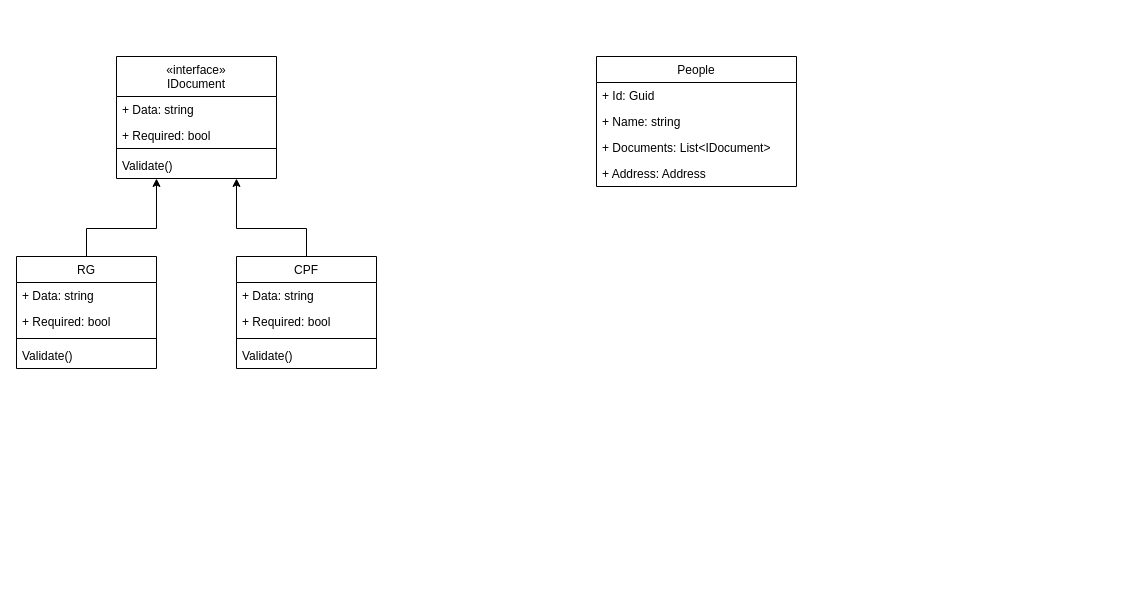
Before: UML do Sistema.drawio in jfelipes/sistema_aleitamento_materno, a draw.io diagram. Source tidied: cells renumbered, new cells numbered last; positions are measured from the earlier drawing's top-left corner, leaving out a move shared by most shapes. Both pictures are drawn from the tidied source at 100%, with x=0, y=0 at pixel (16, 56).
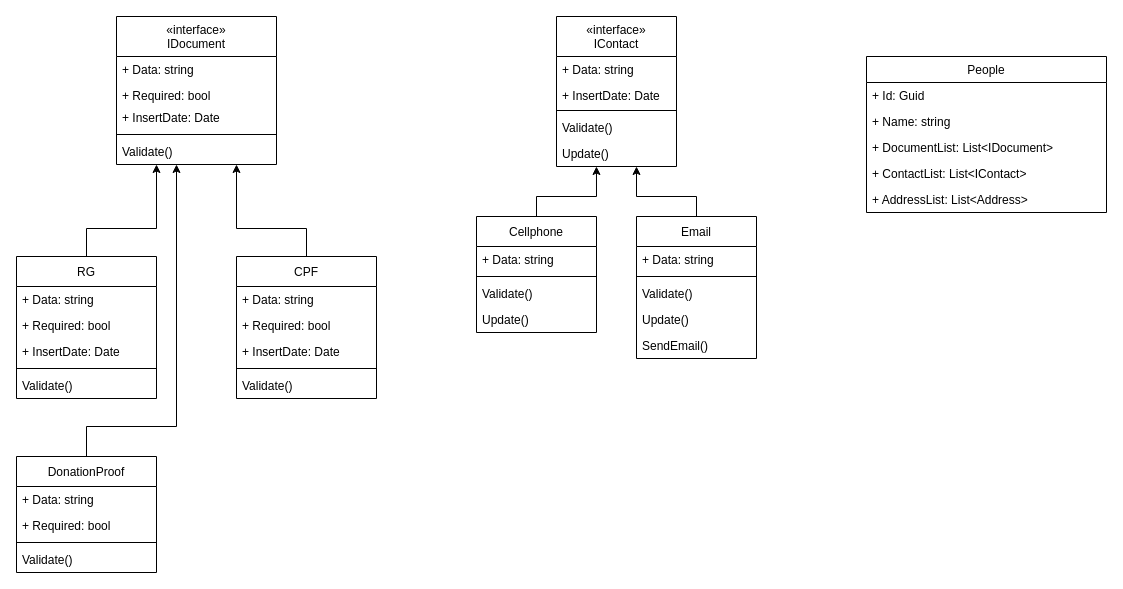
Above is the later version.

Change to the diagram source:
```diff
@@
-    <mxCell id="2" value="People" style="swimlane;fontStyle=0;horizontal=1;startSize=26;fillColor=none;" parent="1" vertex="1">
-      <mxGeometry x="580" width="200" height="130" as="geometry" />
-    </mxCell>
-    <mxCell id="3" value="+ Id: Guid" style="text;strokeColor=none;fillColor=none;align=left;verticalAlign=top;spacingLeft=4;spacingRight=4;overflow=hidden;" parent="2" vertex="1">
-      <mxGeometry y="26" width="200" height="26" as="geometry" />
-    </mxCell>
-    <mxCell id="4" value="+ Name: string" style="text;strokeColor=none;fillColor=none;align=left;verticalAlign=top;spacingLeft=4;spacingRight=4;overflow=hidden;" parent="2" vertex="1">
-      <mxGeometry y="52" width="200" height="26" as="geometry" />
-    </mxCell>
-    <mxCell id="5" value="+ Documents: List&lt;IDocument&gt;" style="text;strokeColor=none;fillColor=none;align=left;verticalAlign=top;spacingLeft=4;spacingRight=4;overflow=hidden;" parent="2" vertex="1">
-      <mxGeometry y="78" width="200" height="26" as="geometry" />
-    </mxCell>
-    <mxCell id="6" value="+ Address: Address" style="text;strokeColor=none;fillColor=none;align=left;verticalAlign=top;spacingLeft=4;spacingRight=4;overflow=hidden;" parent="2" vertex="1">
-      <mxGeometry y="104" width="200" height="26" as="geometry" />
-    </mxCell>
     <mxCell id="7" value="«interface»&#10;IDocument" style="swimlane;fontStyle=0;horizontal=1;startSize=40;fillColor=none;" parent="1" vertex="1">
-      <mxGeometry x="100" width="160" height="122" as="geometry" />
+      <mxGeometry x="100" y="-40" width="160" height="148" as="geometry" />
     </mxCell>
@@
+    <mxCell id="24" value="+ InsertDate: Date" style="text;strokeColor=none;fillColor=none;align=left;verticalAlign=top;spacingLeft=4;spacingRight=4;overflow=hidden;" parent="7" vertex="1">
+      <mxGeometry y="88" width="160" height="26" as="geometry" />
+    </mxCell>
     <mxCell id="10" style="line;strokeWidth=1;fillColor=none;align=left;verticalAlign=middle;spacingTop=-1;spacingLeft=3;spacingRight=3;labelPosition=right;strokeColor=inherit;" parent="7" vertex="1">
-      <mxGeometry y="88" width="160" height="8" as="geometry" />
+      <mxGeometry y="114" width="160" height="8" as="geometry" />
     </mxCell>
     <mxCell id="11" value="Validate()" style="text;strokeColor=none;fillColor=none;align=left;verticalAlign=top;spacingLeft=4;spacingRight=4;overflow=hidden;points=[[0,0.5],[1,0.5]];portConstraint=eastwest;" parent="7" vertex="1">
-      <mxGeometry y="96" width="160" height="26" as="geometry" />
+      <mxGeometry y="122" width="160" height="26" as="geometry" />
     </mxCell>
-    <mxCell id="12" value="RG" style="swimlane;fontStyle=0;horizontal=1;startSize=26;fillColor=none;" parent="1" vertex="1">
-      <mxGeometry y="200" width="140" height="112" as="geometry" />
+    <mxCell id="12" value="RG" style="swimlane;fontStyle=0;horizontal=1;startSize=30;fillColor=none;" parent="1" vertex="1">
+      <mxGeometry y="200" width="140" height="142" as="geometry" />
     </mxCell>
     <mxCell id="13" value="+ Data: string" style="text;strokeColor=none;fillColor=none;align=left;verticalAlign=top;spacingLeft=4;spacingRight=4;overflow=hidden;" parent="12" vertex="1">
-      <mxGeometry y="26" width="140" height="26" as="geometry" />
+      <mxGeometry y="30" width="140" height="26" as="geometry" />
     </mxCell>
     <mxCell id="14" value="+ Required: bool" style="text;strokeColor=none;fillColor=none;align=left;verticalAlign=top;spacingLeft=4;spacingRight=4;overflow=hidden;" parent="12" vertex="1">
-      <mxGeometry y="52" width="140" height="26" as="geometry" />
+      <mxGeometry y="56" width="140" height="26" as="geometry" />
     </mxCell>
+    <mxCell id="25" value="+ InsertDate: Date" style="text;strokeColor=none;fillColor=none;align=left;verticalAlign=top;spacingLeft=4;spacingRight=4;overflow=hidden;" parent="12" vertex="1">
+      <mxGeometry y="82" width="140" height="26" as="geometry" />
+    </mxCell>
     <mxCell id="15" style="line;strokeWidth=1;fillColor=none;align=left;verticalAlign=middle;spacingTop=-1;spacingLeft=3;spacingRight=3;labelPosition=right;strokeColor=inherit;" parent="12" vertex="1">
-      <mxGeometry y="78" width="140" height="8" as="geometry" />
+      <mxGeometry y="108" width="140" height="8" as="geometry" />
     </mxCell>
     <mxCell id="16" value="Validate()" style="text;strokeColor=none;fillColor=none;align=left;verticalAlign=top;spacingLeft=4;spacingRight=4;overflow=hidden;" parent="12" vertex="1">
-      <mxGeometry y="86" width="140" height="26" as="geometry" />
+      <mxGeometry y="116" width="140" height="26" as="geometry" />
     </mxCell>
-    <mxCell id="17" value="CPF" style="swimlane;fontStyle=0;horizontal=1;startSize=26;fillColor=none;" parent="1" vertex="1">
-      <mxGeometry x="220" y="200" width="140" height="112" as="geometry" />
+    <mxCell id="17" value="CPF" style="swimlane;fontStyle=0;horizontal=1;startSize=30;fillColor=none;" parent="1" vertex="1">
+      <mxGeometry x="220" y="200" width="140" height="142" as="geometry" />
     </mxCell>
     <mxCell id="18" value="+ Data: string" style="text;strokeColor=none;fillColor=none;align=left;verticalAlign=top;spacingLeft=4;spacingRight=4;overflow=hidden;" parent="17" vertex="1">
-      <mxGeometry y="26" width="140" height="26" as="geometry" />
+      <mxGeometry y="30" width="140" height="26" as="geometry" />
     </mxCell>
     <mxCell id="19" value="+ Required: bool" style="text;strokeColor=none;fillColor=none;align=left;verticalAlign=top;spacingLeft=4;spacingRight=4;overflow=hidden;" parent="17" vertex="1">
-      <mxGeometry y="52" width="140" height="26" as="geometry" />
+      <mxGeometry y="56" width="140" height="26" as="geometry" />
     </mxCell>
+    <mxCell id="26" value="+ InsertDate: Date" style="text;strokeColor=none;fillColor=none;align=left;verticalAlign=top;spacingLeft=4;spacingRight=4;overflow=hidden;" parent="17" vertex="1">
+      <mxGeometry y="82" width="140" height="26" as="geometry" />
+    </mxCell>
     <mxCell id="20" style="line;strokeWidth=1;fillColor=none;align=left;verticalAlign=middle;spacingTop=-1;spacingLeft=3;spacingRight=3;labelPosition=right;strokeColor=inherit;" parent="17" vertex="1">
-      <mxGeometry y="78" width="140" height="8" as="geometry" />
+      <mxGeometry y="108" width="140" height="8" as="geometry" />
     </mxCell>
     <mxCell id="21" value="Validate()" style="text;strokeColor=none;fillColor=none;align=left;verticalAlign=top;spacingLeft=4;spacingRight=4;overflow=hidden;" parent="17" vertex="1">
-      <mxGeometry y="86" width="140" height="26" as="geometry" />
+      <mxGeometry y="116" width="140" height="26" as="geometry" />
     </mxCell>
-    <mxCell id="22" style="edgeStyle=segmentEdgeStyle;endArrow=classic;html=1;rounded=0;exitX=0.5;exitY=0;exitDx=0;exitDy=0;" parent="1" edge="1">
+    <mxCell id="22" style="edgeStyle=segmentEdgeStyle;endArrow=classic;html=1;rounded=0;exitX=0.5;exitY=0;exitDx=0;exitDy=0;" parent="1" edge="1" target="11">
       <mxGeometry relative="1" as="geometry">
         <mxPoint x="70" y="200" as="sourcePoint" />
-        <mxPoint x="140" y="122" as="targetPoint" />
         <Array as="points">
           <mxPoint x="70" y="172" />
           <mxPoint x="140" y="172" />
         </Array>
       </mxGeometry>
     </mxCell>
-    <mxCell id="23" style="edgeStyle=segmentEdgeStyle;endArrow=classic;html=1;rounded=0;exitX=0.5;exitY=0;exitDx=0;exitDy=0;" parent="1" edge="1">
+    <mxCell id="23" style="edgeStyle=segmentEdgeStyle;endArrow=classic;html=1;rounded=0;exitX=0.5;exitY=0;exitDx=0;exitDy=0;" parent="1" edge="1" target="11">
       <mxGeometry relative="1" as="geometry">
         <mxPoint x="290" y="200" as="sourcePoint" />
-        <mxPoint x="220" y="122" as="targetPoint" />
         <Array as="points">
           <mxPoint x="290" y="172" />
           <mxPoint x="220" y="172" />
         </Array>
       </mxGeometry>
     </mxCell>
+    <mxCell id="2" value="People" style="swimlane;fontStyle=0;horizontal=1;startSize=26;fillColor=none;" parent="1" vertex="1">
+      <mxGeometry x="850" width="240" height="156" as="geometry" />
+    </mxCell>
+    <mxCell id="3" value="+ Id: Guid" style="text;strokeColor=none;fillColor=none;align=left;verticalAlign=top;spacingLeft=4;spacingRight=4;overflow=hidden;" parent="2" vertex="1">
+      <mxGeometry y="26" width="240" height="26" as="geometry" />
+    </mxCell>
+    <mxCell id="4" value="+ Name: string" style="text;strokeColor=none;fillColor=none;align=left;verticalAlign=top;spacingLeft=4;spacingRight=4;overflow=hidden;" parent="2" vertex="1">
+      <mxGeometry y="52" width="240" height="26" as="geometry" />
+    </mxCell>
+    <mxCell id="27" value="+ DocumentList: List&lt;IDocument&gt;" style="text;strokeColor=none;fillColor=none;align=left;verticalAlign=top;spacingLeft=4;spacingRight=4;overflow=hidden;" parent="2" vertex="1">
+      <mxGeometry y="78" width="240" height="26" as="geometry" />
+    </mxCell>
+    <mxCell id="28" value="+ ContactList: List&lt;IContact&gt;" style="text;strokeColor=none;fillColor=none;align=left;verticalAlign=top;spacingLeft=4;spacingRight=4;overflow=hidden;" parent="2" vertex="1">
+      <mxGeometry y="104" width="240" height="26" as="geometry" />
+    </mxCell>
+    <mxCell id="29" value="+ AddressList: List&lt;Address&gt;" style="text;strokeColor=none;fillColor=none;align=left;verticalAlign=top;spacingLeft=4;spacingRight=4;overflow=hidden;" parent="2" vertex="1">
+      <mxGeometry y="130" width="240" height="26" as="geometry" />
+    </mxCell>
+    <mxCell id="30" style="edgeStyle=orthogonalEdgeStyle;rounded=0;jettySize=auto;html=1;exitX=0.5;exitY=0;exitDx=0;exitDy=0;shadow=0;" parent="1" edge="1" source="31" target="11">
+      <mxGeometry relative="1" as="geometry">
+        <Array as="points">
+          <mxPoint x="70" y="370" />
+          <mxPoint x="160" y="370" />
+        </Array>
+      </mxGeometry>
+    </mxCell>
+    <mxCell id="31" value="DonationProof" style="swimlane;fontStyle=0;horizontal=1;startSize=30;fillColor=none;" parent="1" vertex="1">
+      <mxGeometry y="400" width="140" height="116" as="geometry" />
+    </mxCell>
+    <mxCell id="32" value="+ Data: string" style="text;strokeColor=none;fillColor=none;align=left;verticalAlign=top;spacingLeft=4;spacingRight=4;overflow=hidden;" parent="31" vertex="1">
+      <mxGeometry y="30" width="140" height="26" as="geometry" />
+    </mxCell>
+    <mxCell id="33" value="+ Required: bool" style="text;strokeColor=none;fillColor=none;align=left;verticalAlign=top;spacingLeft=4;spacingRight=4;overflow=hidden;" parent="31" vertex="1">
+      <mxGeometry y="56" width="140" height="26" as="geometry" />
+    </mxCell>
+    <mxCell id="34" style="line;strokeWidth=1;fillColor=none;align=left;verticalAlign=middle;spacingTop=-1;spacingLeft=3;spacingRight=3;labelPosition=right;strokeColor=inherit;" parent="31" vertex="1">
+      <mxGeometry y="82" width="140" height="8" as="geometry" />
+    </mxCell>
+    <mxCell id="35" value="Validate()" style="text;strokeColor=none;fillColor=none;align=left;verticalAlign=top;spacingLeft=4;spacingRight=4;overflow=hidden;" parent="31" vertex="1">
+      <mxGeometry y="90" width="140" height="26" as="geometry" />
+    </mxCell>
+    <mxCell id="36" value="«interface»&#10;IContact" style="swimlane;fontStyle=0;horizontal=1;startSize=40;fillColor=none;" parent="1" vertex="1">
+      <mxGeometry x="540" y="-40" width="120" height="150" as="geometry" />
+    </mxCell>
+    <mxCell id="37" value="+ Data: string" style="text;strokeColor=none;fillColor=none;align=left;verticalAlign=top;spacingLeft=4;spacingRight=4;overflow=hidden;" parent="36" vertex="1">
+      <mxGeometry y="40" width="120" height="26" as="geometry" />
+    </mxCell>
+    <mxCell id="38" value="+ InsertDate: Date" style="text;strokeColor=none;fillColor=none;align=left;verticalAlign=top;spacingLeft=4;spacingRight=4;overflow=hidden;" parent="36" vertex="1">
+      <mxGeometry y="66" width="120" height="24" as="geometry" />
+    </mxCell>
+    <mxCell id="39" style="line;strokeWidth=1;fillColor=none;align=left;verticalAlign=middle;spacingTop=-1;spacingLeft=3;spacingRight=3;labelPosition=right;strokeColor=inherit;" parent="36" vertex="1">
+      <mxGeometry y="90" width="120" height="8" as="geometry" />
+    </mxCell>
+    <mxCell id="40" value="Validate()" style="text;strokeColor=none;fillColor=none;align=left;verticalAlign=top;spacingLeft=4;spacingRight=4;overflow=hidden;" parent="36" vertex="1">
+      <mxGeometry y="98" width="120" height="26" as="geometry" />
+    </mxCell>
+    <mxCell id="41" value="Update()" style="text;strokeColor=none;fillColor=none;align=left;verticalAlign=top;spacingLeft=4;spacingRight=4;overflow=hidden;points=[[0,0.5],[1,0.5]];portConstraint=eastwest;" parent="36" vertex="1">
+      <mxGeometry y="124" width="120" height="26" as="geometry" />
+    </mxCell>
+    <mxCell id="42" style="edgeStyle=orthogonalEdgeStyle;rounded=0;jettySize=auto;html=1;exitX=0.5;exitY=0;exitDx=0;exitDy=0;entryX=0.333;entryY=1;entryDx=0;entryDy=0;entryPerimeter=0;shadow=0;" parent="1" edge="1" source="43" target="41">
+      <mxGeometry relative="1" as="geometry">
+        <Array as="points">
+          <mxPoint x="520" y="140" />
+          <mxPoint x="580" y="140" />
+        </Array>
+      </mxGeometry>
+    </mxCell>
+    <mxCell id="43" value="Cellphone" style="swimlane;fontStyle=0;horizontal=1;startSize=30;fillColor=none;" parent="1" vertex="1">
+      <mxGeometry x="460" y="160" width="120" height="116" as="geometry" />
+    </mxCell>
+    <mxCell id="44" value="+ Data: string" style="text;strokeColor=none;fillColor=none;align=left;verticalAlign=top;spacingLeft=4;spacingRight=4;overflow=hidden;" parent="43" vertex="1">
+      <mxGeometry y="30" width="120" height="26" as="geometry" />
+    </mxCell>
+    <mxCell id="45" style="line;strokeWidth=1;fillColor=none;align=left;verticalAlign=middle;spacingTop=-1;spacingLeft=3;spacingRight=3;labelPosition=right;strokeColor=inherit;" parent="43" vertex="1">
+      <mxGeometry y="56" width="120" height="8" as="geometry" />
+    </mxCell>
+    <mxCell id="46" value="Validate()" style="text;strokeColor=none;fillColor=none;align=left;verticalAlign=top;spacingLeft=4;spacingRight=4;overflow=hidden;" parent="43" vertex="1">
+      <mxGeometry y="64" width="120" height="26" as="geometry" />
+    </mxCell>
+    <mxCell id="47" value="Update()" style="text;strokeColor=none;fillColor=none;align=left;verticalAlign=top;spacingLeft=4;spacingRight=4;overflow=hidden;" parent="43" vertex="1">
+      <mxGeometry y="90" width="120" height="26" as="geometry" />
+    </mxCell>
+    <mxCell id="48" value="Email" style="swimlane;fontStyle=0;horizontal=1;startSize=30;fillColor=none;" parent="1" vertex="1">
+      <mxGeometry x="620" y="160" width="120" height="142" as="geometry" />
+    </mxCell>
+    <mxCell id="49" value="+ Data: string" style="text;strokeColor=none;fillColor=none;align=left;verticalAlign=top;spacingLeft=4;spacingRight=4;overflow=hidden;" parent="48" vertex="1">
+      <mxGeometry y="30" width="120" height="26" as="geometry" />
+    </mxCell>
+    <mxCell id="50" style="line;strokeWidth=1;fillColor=none;align=left;verticalAlign=middle;spacingTop=-1;spacingLeft=3;spacingRight=3;labelPosition=right;strokeColor=inherit;" parent="48" vertex="1">
+      <mxGeometry y="56" width="120" height="8" as="geometry" />
+    </mxCell>
+    <mxCell id="51" value="Validate()" style="text;strokeColor=none;fillColor=none;align=left;verticalAlign=top;spacingLeft=4;spacingRight=4;overflow=hidden;" parent="48" vertex="1">
+      <mxGeometry y="64" width="120" height="26" as="geometry" />
+    </mxCell>
+    <mxCell id="52" value="Update()" style="text;strokeColor=none;fillColor=none;align=left;verticalAlign=top;spacingLeft=4;spacingRight=4;overflow=hidden;" parent="48" vertex="1">
+      <mxGeometry y="90" width="120" height="26" as="geometry" />
+    </mxCell>
+    <mxCell id="53" value="SendEmail()" style="text;strokeColor=none;fillColor=none;align=left;verticalAlign=top;spacingLeft=4;spacingRight=4;overflow=hidden;" parent="48" vertex="1">
+      <mxGeometry y="116" width="120" height="26" as="geometry" />
+    </mxCell>
+    <mxCell id="54" style="edgeStyle=orthogonalEdgeStyle;rounded=0;orthogonalLoop=1;jettySize=auto;html=1;entryX=0.333;entryY=1;entryDx=0;entryDy=0;entryPerimeter=0;shadow=0;" parent="1" edge="1">
+      <mxGeometry relative="1" as="geometry">
+        <mxPoint x="680" y="160" as="sourcePoint" />
+        <mxPoint x="620" y="110" as="targetPoint" />
+        <Array as="points">
+          <mxPoint x="680" y="140" />
+          <mxPoint x="620" y="140" />
+        </Array>
+      </mxGeometry>
+    </mxCell>
```
